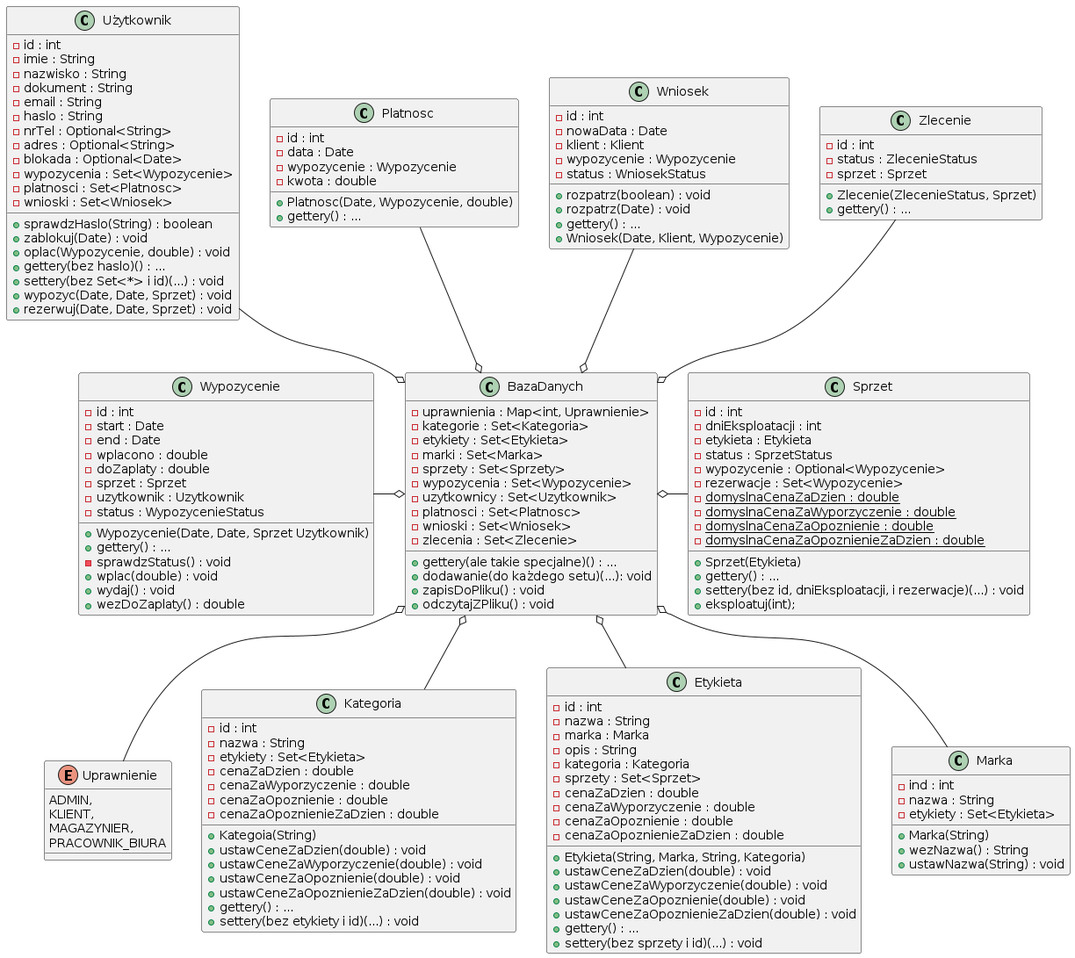
Above: out/diagramy_klas/DataBase/DataBase.png in KoduraS/IO-project-RentalAid (PlantUML), before the change. Its diagram source:
```plantuml
@startuml DataBase

    class "BazaDanych" as BAD {
		- uprawnienia : Map<int, Uprawnienie>
		- kategorie : Set<Kategoria>
		- etykiety : Set<Etykieta>
		- marki : Set<Marka>
		- sprzety : Set<Sprzety>
		- wypozycenia : Set<Wypozycenie>
		- uzytkownicy : Set<Uzytkownik>
		- platnosci : Set<Platnosc>
		- wnioski : Set<Wniosek>
		- zlecenia : Set<Zlecenie>
		+ gettery(ale takie specjalne)() : ...
		+ dodawanie(do każdego setu)(...): void
		+ zapisDoPliku() : void
		+ odczytajZPliku() : void
	}

	enum "Uprawnienie" as UPR {
		ADMIN,
		KLIENT,
		MAGAZYNIER,
		PRACOWNIK_BIURA
	}

	class "Kategoria" as KAT {
		- id : int
		- nazwa : String
		- etykiety : Set<Etykieta>
		- cenaZaDzien : double
		- cenaZaWyporzyczenie : double
		- cenaZaOpoznienie : double
		- cenaZaOpoznienieZaDzien : double
		+ Kategoia(String)
		+ ustawCeneZaDzien(double) : void
		+ ustawCeneZaWyporzyczenie(double) : void
		+ ustawCeneZaOpoznienie(double) : void
		+ ustawCeneZaOpoznienieZaDzien(double) : void
		+ gettery() : ...
		+ settery(bez etykiety i id)(...) : void
	}

	class "Etykieta" as ETY {
		- id : int
		- nazwa : String
		- marka : Marka
		- opis : String
		- kategoria : Kategoria
		- sprzety : Set<Sprzet>
		- cenaZaDzien : double
		- cenaZaWyporzyczenie : double
		- cenaZaOpoznienie : double
		- cenaZaOpoznienieZaDzien : double
		+ Etykieta(String, Marka, String, Kategoria)
		+ ustawCeneZaDzien(double) : void
		+ ustawCeneZaWyporzyczenie(double) : void
		+ ustawCeneZaOpoznienie(double) : void
		+ ustawCeneZaOpoznienieZaDzien(double) : void
		+ gettery() : ...
		+ settery(bez sprzety i id)(...) : void
	}

	class "Marka" as MAR {
		- ind : int
		- nazwa : String
		- etykiety : Set<Etykieta>
		+ Marka(String)
		+ wezNazwa() : String
		+ ustawNazwa(String) : void
	}

	class "Sprzet" as SPR {
		- id : int
		- dniEksploatacji : int
		- etykieta : Etykieta
		- status : SprzetStatus
		- wypozycenie : Optional<Wypozycenie>
		- rezerwacje : Set<Wypozycenie>
		- {static} domyslnaCenaZaDzien : double
		- {static} domyslnaCenaZaWyporzyczenie : double
		- {static} domyslnaCenaZaOpoznienie : double
		- {static} domyslnaCenaZaOpoznienieZaDzien : double
		+ Sprzet(Etykieta)
		+ gettery() : ...
		+ settery(bez id, dniEksploatacji, i rezerwacje)(...) : void
		+ eksploatuj(int);
	}

	class "Wypozycenie" as WYP {
		- id : int
		- start : Date
		- end : Date
		- wplacono : double
		- doZaplaty : double
		- sprzet : Sprzet
		- uzytkownik : Uzytkownik
		- status : WypozycenieStatus
		+ Wypozycenie(Date, Date, Sprzet Uzytkownik)
		+ gettery() : ...
		- sprawdzStatus() : void
		+ wplac(double) : void
		+ wydaj() : void
		+ wezDoZaplaty() : double
	}

	class "Użytkownik" as UZY {
		- id : int
		- imie : String
		- nazwisko : String
		- dokument : String
		- email : String
		- haslo : String
		- nrTel : Optional<String>
		- adres : Optional<String>
		- blokada : Optional<Date>
		- wypozycenia : Set<Wypozycenie>
		- platnosci : Set<Platnosc>
		- wnioski : Set<Wniosek>
		+ sprawdzHaslo(String) : boolean
		+ zablokuj(Date) : void
		+ oplac(Wypozycenie, double) : void
		+ gettery(bez haslo)() : ...
		+ settery(bez Set<*> i id)(...) : void
		+ wypozyc(Date, Date, Sprzet) : void
		+ rezerwuj(Date, Date, Sprzet) : void
	}

	class "Platnosc" as PLA {
		- id : int
		- data : Date
		- wypozycenie : Wypozycenie
		- kwota : double
		+ Platnosc(Date, Wypozycenie, double)
		+ gettery() : ...
	}

	class "Wniosek" as WNI {
		- id : int
		- nowaData : Date
		- klient : Klient
		- wypozycenie : Wypozycenie
		- status : WniosekStatus
		+ rozpatrz(boolean) : void
		+ rozpatrz(Date) : void
		+ gettery() : ...
		+ Wniosek(Date, Klient, Wypozycenie)
	}

	class "Zlecenie" as ZLE {
		- id : int
		- status : ZlecenieStatus
		- sprzet : Sprzet
		+ Zlecenie(ZlecenieStatus, Sprzet)
		+ gettery() : ...
	}

	UPR -up-o BAD
	KAT -up-o BAD
	ETY -up-o BAD
	MAR -up-o BAD
	SPR -left-o BAD
	WYP -right-o BAD
	UZY -down-o BAD
	PLA -down-o BAD
	WNI -down-o BAD
	ZLE -down-o BAD

@enduml
```
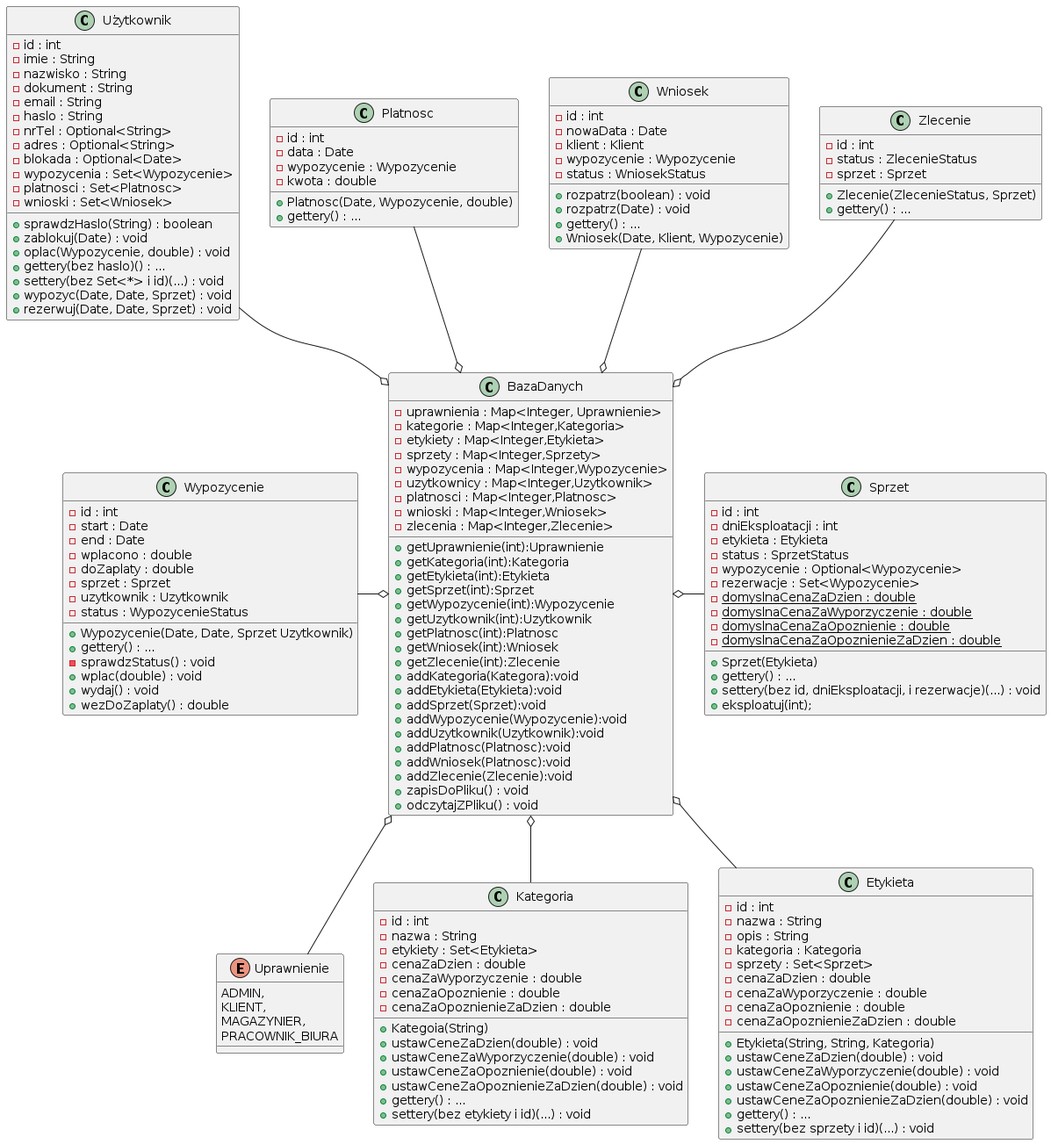
Above is the later version.

Commit message:
PNG z diagramami klas.

Change to the diagram source:
```diff
@@ -1,18 +1,31 @@
-@startuml DataBase
-
-    class "BazaDanych" as BAD {
-		- uprawnienia : Map<int, Uprawnienie>
-		- kategorie : Set<Kategoria>
-		- etykiety : Set<Etykieta>
-		- marki : Set<Marka>
-		- sprzety : Set<Sprzety>
-		- wypozycenia : Set<Wypozycenie>
-		- uzytkownicy : Set<Uzytkownik>
-		- platnosci : Set<Platnosc>
-		- wnioski : Set<Wniosek>
-		- zlecenia : Set<Zlecenie>
-		+ gettery(ale takie specjalne)() : ...
-		+ dodawanie(do każdego setu)(...): void
+@startuml
+class "BazaDanych" as BAD {
+		- uprawnienia : Map<Integer, Uprawnienie>
+		- kategorie : Map<Integer,Kategoria>
+		- etykiety : Map<Integer,Etykieta>
+		- sprzety : Map<Integer,Sprzety>
+		- wypozycenia : Map<Integer,Wypozycenie>
+		- uzytkownicy : Map<Integer,Uzytkownik>
+		- platnosci : Map<Integer,Platnosc>
+		- wnioski : Map<Integer,Wniosek>
+		- zlecenia : Map<Integer,Zlecenie>
+		+ getUprawnienie(int):Uprawnienie
+		+ getKategoria(int):Kategoria
+		+ getEtykieta(int):Etykieta
+		+ getSprzet(int):Sprzet
+		+ getWypozycenie(int):Wypozycenie
+		+ getUzytkownik(int):Uzytkownik
+		+ getPlatnosc(int):Platnosc
+		+ getWniosek(int):Wniosek
+		+ getZlecenie(int):Zlecenie
+		+ addKategoria(Kategora):void
+		+ addEtykieta(Etykieta):void
+		+ addSprzet(Sprzet):void
+		+ addWypozycenie(Wypozycenie):void
+		+ addUzytkownik(Uzytkownik):void
+		+ addPlatnosc(Platnosc):void
+		+ addWniosek(Platnosc):void
+		+ addZlecenie(Zlecenie):void
 		+ zapisDoPliku() : void
 		+ odczytajZPliku() : void
 	}
@@ -44,7 +57,6 @@
 	class "Etykieta" as ETY {
 		- id : int
 		- nazwa : String
-		- marka : Marka
 		- opis : String
 		- kategoria : Kategoria
 		- sprzety : Set<Sprzet>
@@ -52,22 +64,13 @@
 		- cenaZaWyporzyczenie : double
 		- cenaZaOpoznienie : double
 		- cenaZaOpoznienieZaDzien : double
-		+ Etykieta(String, Marka, String, Kategoria)
+		+ Etykieta(String, String, Kategoria)
 		+ ustawCeneZaDzien(double) : void
 		+ ustawCeneZaWyporzyczenie(double) : void
 		+ ustawCeneZaOpoznienie(double) : void
 		+ ustawCeneZaOpoznienieZaDzien(double) : void
 		+ gettery() : ...
 		+ settery(bez sprzety i id)(...) : void
-	}
-
-	class "Marka" as MAR {
-		- ind : int
-		- nazwa : String
-		- etykiety : Set<Etykieta>
-		+ Marka(String)
-		+ wezNazwa() : String
-		+ ustawNazwa(String) : void
 	}
 
 	class "Sprzet" as SPR {
@@ -158,12 +161,10 @@
 	UPR -up-o BAD
 	KAT -up-o BAD
 	ETY -up-o BAD
-	MAR -up-o BAD
 	SPR -left-o BAD
 	WYP -right-o BAD
 	UZY -down-o BAD
 	PLA -down-o BAD
 	WNI -down-o BAD
 	ZLE -down-o BAD
-
 @enduml
```
